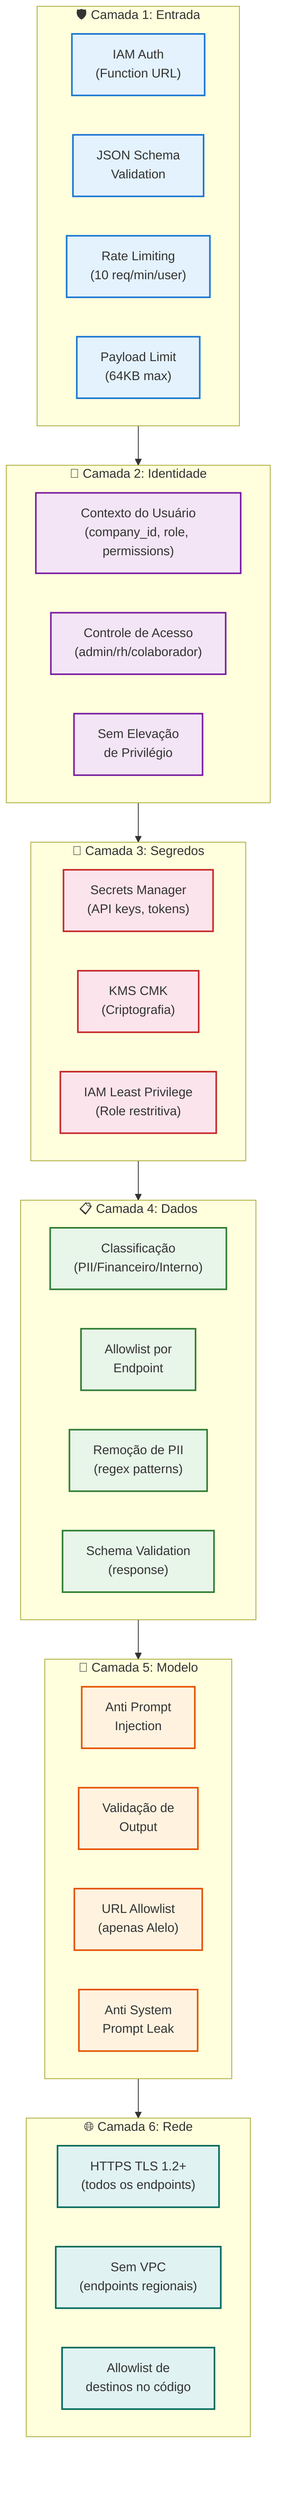
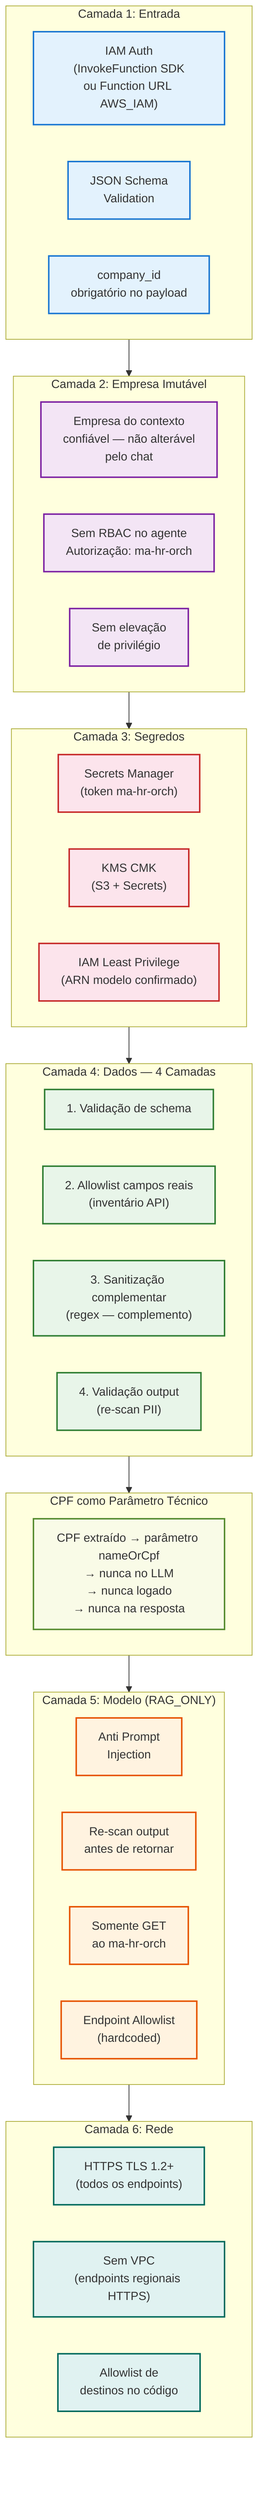
%% Security Layers Diagram - MARH Consultive Agent
- %% Data: 2026-07-23
+ %% Data: 2026-07-23 (revisão corretiva)
+ %% Nota: RBAC admin/rh/colaborador removido — autorização delegada à ma-hr-orch

graph TB
-     subgraph Layer1["🛡️ Camada 1: Entrada"]
-         Auth["IAM Auth<br/>(Function URL)"]
+     subgraph Layer1["Camada 1: Entrada"]
+         Auth["IAM Auth<br/>(InvokeFunction SDK<br/>ou Function URL AWS_IAM)"]
        Validation["JSON Schema<br/>Validation"]
-         RateLimit["Rate Limiting<br/>(10 req/min/user)"]
-         SizeLimit["Payload Limit<br/>(64KB max)"]
+         CompanyCtx["company_id<br/>obrigatório no payload"]
    end

-     subgraph Layer2["🔑 Camada 2: Identidade"]
-         Context["Contexto do Usuário<br/>(company_id, role, permissions)"]
-         RBAC["Controle de Acesso<br/>(admin/rh/colaborador)"]
-         NoElevation["Sem Elevação<br/>de Privilégio"]
+     subgraph Layer2["Camada 2: Empresa Imutável"]
+         CompanyLock["Empresa do contexto<br/>confiável — não alterável<br/>pelo chat"]
+         NoRBAC["Sem RBAC no agente<br/>Autorização: ma-hr-orch"]
+         NoElevation["Sem elevação<br/>de privilégio"]
    end

-     subgraph Layer3["🔐 Camada 3: Segredos"]
-         SecretsM["Secrets Manager<br/>(API keys, tokens)"]
-         KMSKeys["KMS CMK<br/>(Criptografia)"]
-         IAMRole["IAM Least Privilege<br/>(Role restritiva)"]
+     subgraph Layer3["Camada 3: Segredos"]
+         SecretsM["Secrets Manager<br/>(token ma-hr-orch)"]
+         KMSKeys["KMS CMK<br/>(S3 + Secrets)"]
+         IAMRole["IAM Least Privilege<br/>(ARN modelo confirmado)"]
    end

-     subgraph Layer4["📋 Camada 4: Dados"]
-         Classification["Classificação<br/>(PII/Financeiro/Interno)"]
-         Allowlist["Allowlist por<br/>Endpoint"]
-         PIIRemoval["Remoção de PII<br/>(regex patterns)"]
-         SchemaVal["Schema Validation<br/>(response)"]
+     subgraph Layer4["Camada 4: Dados — 4 Camadas"]
+         SchemaVal["1. Validação de schema"]
+         Allowlist["2. Allowlist campos reais<br/>(inventário API)"]
+         PIIRemoval["3. Sanitização complementar<br/>(regex — complemento)"]
+         OutputVal["4. Validação output<br/>(re-scan PII)"]
    end

-     subgraph Layer5["🤖 Camada 5: Modelo"]
-         PromptInjection["Anti Prompt<br/>Injection"]
-         OutputValidation["Validação de<br/>Output"]
-         URLCheck["URL Allowlist<br/>(apenas Alelo)"]
-         AntiLeak["Anti System<br/>Prompt Leak"]
+     subgraph Layer4b["CPF como Parâmetro Técnico"]
+         CPFFlow["CPF extraído → parâmetro nameOrCpf<br/>→ nunca no LLM<br/>→ nunca logado<br/>→ nunca na resposta"]
    end

-     subgraph Layer6["🌐 Camada 6: Rede"]
+     subgraph Layer5["Camada 5: Modelo (RAG_ONLY)"]
+         PromptInjection["Anti Prompt<br/>Injection"]
+         OutputValidation["Re-scan output<br/>antes de retornar"]
+         GETOnly["Somente GET<br/>ao ma-hr-orch"]
+         EndpointAllowlist["Endpoint Allowlist<br/>(hardcoded)"]
+     end
+ 
+     subgraph Layer6["Camada 6: Rede"]
        HTTPS["HTTPS TLS 1.2+<br/>(todos os endpoints)"]
-         NoVPC["Sem VPC<br/>(endpoints regionais)"]
+         NoVPC["Sem VPC<br/>(endpoints regionais HTTPS)"]
        NoEgress["Allowlist de<br/>destinos no código"]
    end

    %% Flow
    Layer1 --> Layer2
    Layer2 --> Layer3
    Layer3 --> Layer4
-     Layer4 --> Layer5
+     Layer4 --> Layer4b
+     Layer4b --> Layer5
    Layer5 --> Layer6

    %% Styling
    classDef entry fill:#e3f2fd,stroke:#1976d2,stroke-width:2px
    classDef identity fill:#f3e5f5,stroke:#7b1fa2,stroke-width:2px
    classDef secrets fill:#fce4ec,stroke:#c62828,stroke-width:2px
    classDef data fill:#e8f5e9,stroke:#2e7d32,stroke-width:2px
+     classDef dataflow fill:#f9fbe7,stroke:#558b2f,stroke-width:2px
    classDef model fill:#fff3e0,stroke:#e65100,stroke-width:2px
    classDef network fill:#e0f2f1,stroke:#00695c,stroke-width:2px

-     class Auth,Validation,RateLimit,SizeLimit entry
-     class Context,RBAC,NoElevation identity
+     class Auth,Validation,CompanyCtx entry
+     class CompanyLock,NoRBAC,NoElevation identity
    class SecretsM,KMSKeys,IAMRole secrets
-     class Classification,Allowlist,PIIRemoval,SchemaVal data
-     class PromptInjection,OutputValidation,URLCheck,AntiLeak model
+     class SchemaVal,Allowlist,PIIRemoval,OutputVal data
+     class CPFFlow dataflow
+     class PromptInjection,OutputValidation,GETOnly,EndpointAllowlist model
    class HTTPS,NoVPC,NoEgress network
